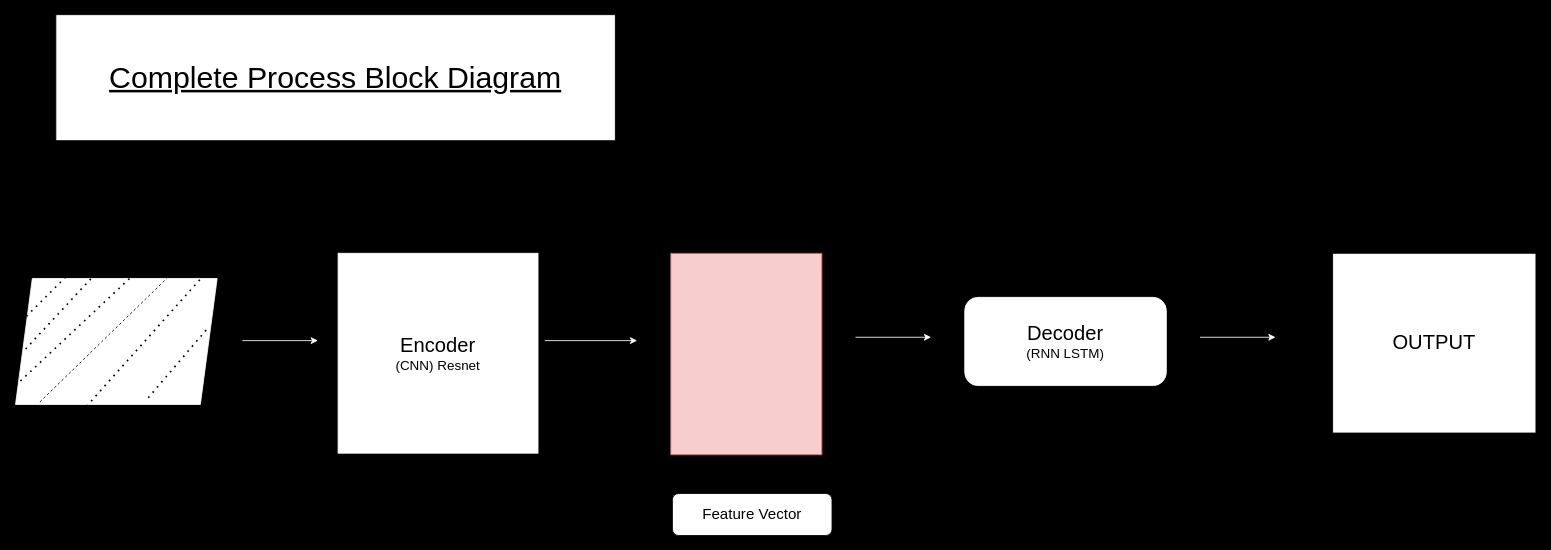
The draw.io diagram Untitled Diagram.drawio in Kp270705/ML-Drawings, before the edit. Source tidied: cells renumbered, new cells numbered last; positions are measured from the earlier drawing's top-left corner, leaving out a move shared by most shapes. Both pictures are drawn from the tidied source at 84%, with x=0, y=0 at pixel (15, 14).
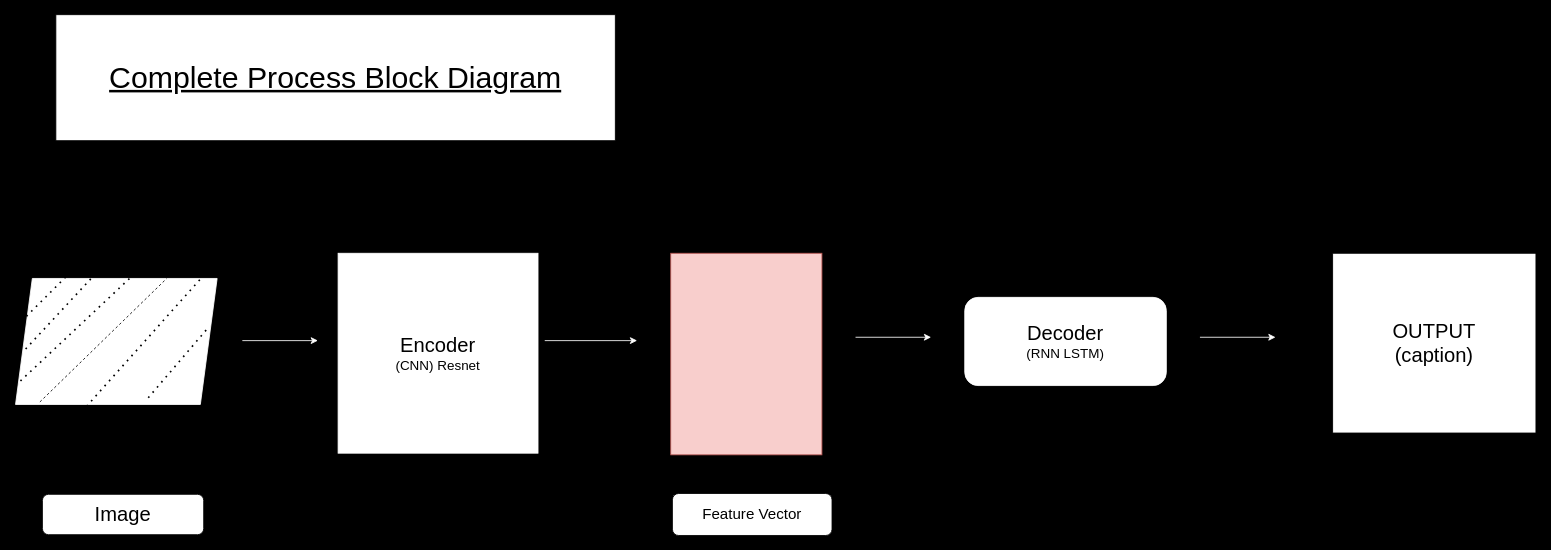
The same page after the edit.

Diff of the diagram source:
```diff
@@
-    <mxCell id="17" value="&lt;font style=&quot;font-size: 24px;&quot;&gt;OUTPUT&lt;/font&gt;" style="rounded=0;whiteSpace=wrap;html=1;" parent="1" vertex="1">
+    <mxCell id="17" value="&lt;div&gt;&lt;font style=&quot;font-size: 24px;&quot;&gt;OUTPUT&lt;/font&gt;&lt;/div&gt;&lt;div&gt;&lt;font style=&quot;font-size: 24px;&quot;&gt;(caption)&lt;/font&gt;&lt;/div&gt;" style="rounded=0;whiteSpace=wrap;html=1;" parent="1" vertex="1">
       <mxGeometry x="1568" y="284" width="242" height="214" as="geometry" />
     </mxCell>
@@
+    <mxCell id="19" value="&lt;font style=&quot;font-size: 24px;&quot;&gt;Image&lt;/font&gt;" style="rounded=1;whiteSpace=wrap;html=1;" parent="1" vertex="1">
+      <mxGeometry x="32" y="571" width="192" height="48" as="geometry" />
+    </mxCell>
```
